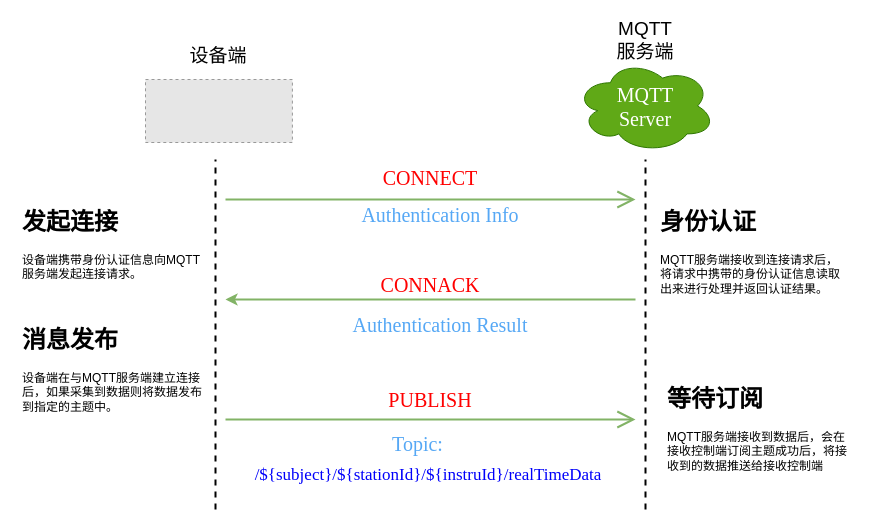
The draw.io diagram page "第 1 页" (1 of 5) of drawio/mqtt-auth.drawio in raingnight/Blog_Pic, before the edit. Source tidied: cells renumbered, new cells numbered last; positions are measured from the earlier drawing's top-left corner, leaving out a move shared by most shapes. Both pictures are drawn from the tidied source at 100%, with x=0, y=0 at pixel (17, 25). Pictures stored in the file or linked from it are replaced by grey dashed boxes.
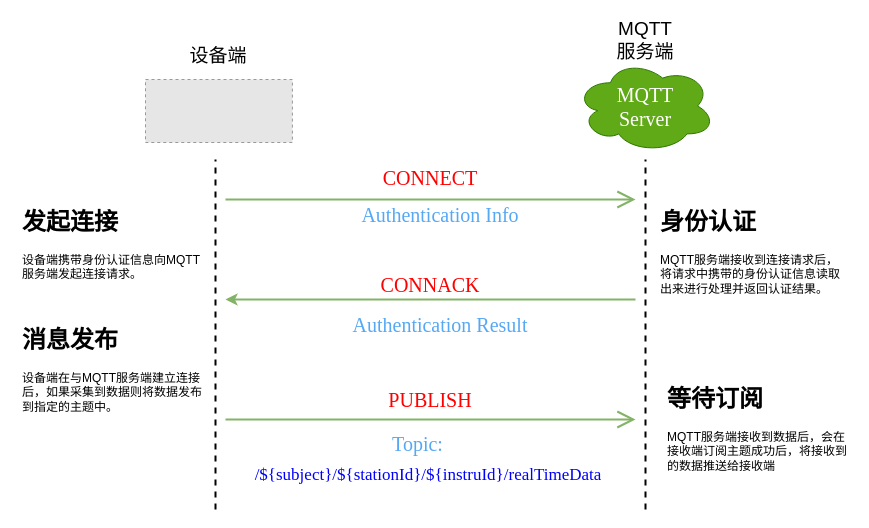
The same page after the edit.

Change to the diagram source:
```diff
@@
-    <mxCell id="21" value="&lt;h1&gt;等待订阅&lt;/h1&gt;&lt;p&gt;MQTT服务端接收到数据后，会在接收控制端订阅主题成功后，将接收到的数据推送给接收控制端&lt;/p&gt;" style="text;html=1;strokeColor=none;fillColor=none;spacing=5;spacingTop=-20;whiteSpace=wrap;overflow=hidden;rounded=0;" parent="1" vertex="1">
+    <mxCell id="21" value="&lt;h1&gt;等待订阅&lt;/h1&gt;&lt;p&gt;MQTT服务端接收到数据后，会在接收端订阅主题成功后，将接收到的数据推送给接收端&lt;/p&gt;" style="text;html=1;strokeColor=none;fillColor=none;spacing=5;spacingTop=-20;whiteSpace=wrap;overflow=hidden;rounded=0;" parent="1" vertex="1">
       <mxGeometry x="645" y="354" width="190" height="103" as="geometry" />
     </mxCell>
```
